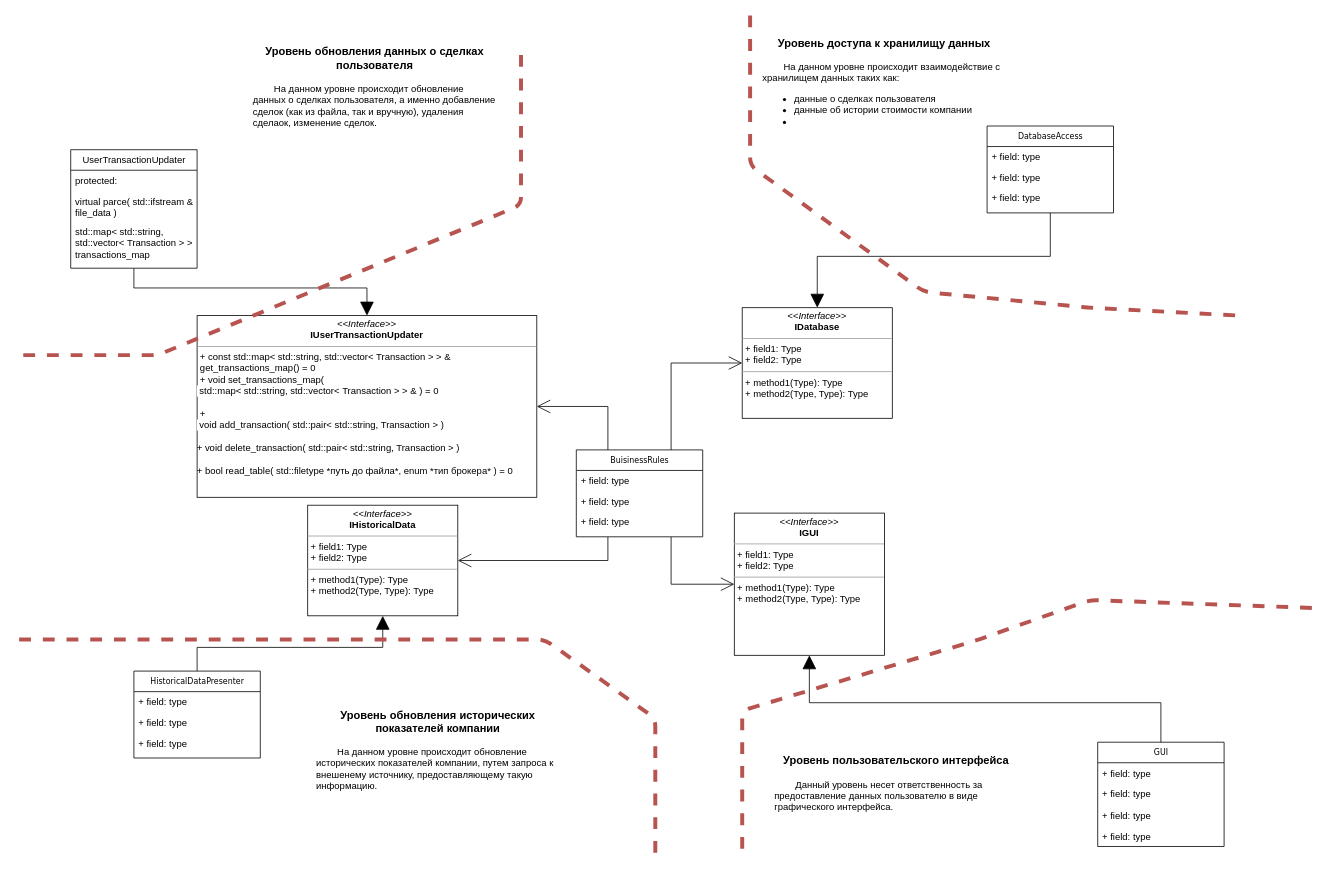
Before: docs/MainUML.drawio in SozonovAA/ISP, a draw.io diagram. Source tidied: cells renumbered, new cells numbered last; positions are measured from the earlier drawing's top-left corner, leaving out a move shared by most shapes. Both pictures are drawn from the tidied source at 79%, with x=0, y=0 at pixel (15, 15).
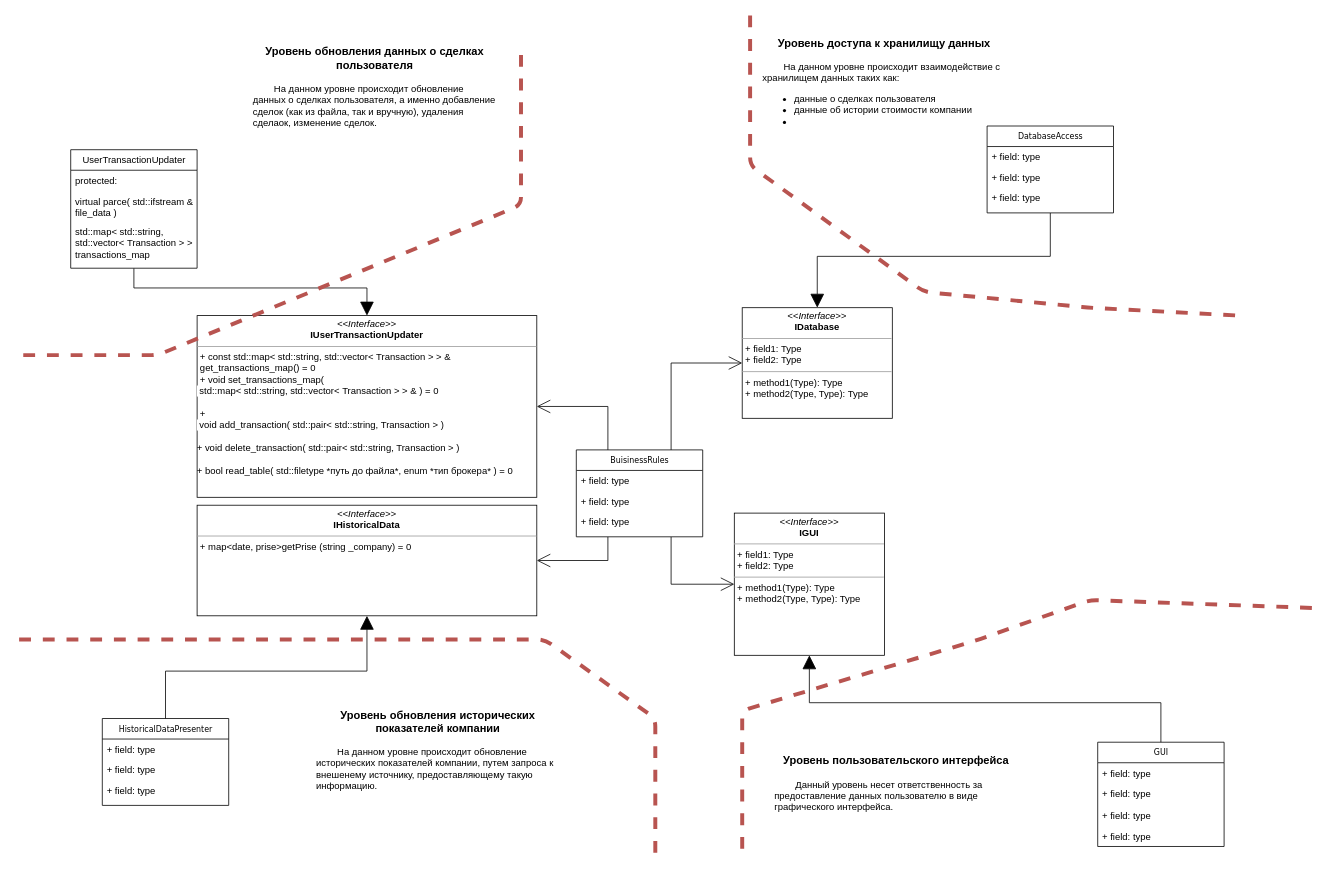
After the change.

Commit message:
feat(#11): updated UML for  IhistData

Diff of the diagram source:
```diff
@@
-    <mxCell id="16" value="&lt;p style=&quot;margin: 0px ; margin-top: 4px ; text-align: center&quot;&gt;&lt;i&gt;&amp;lt;&amp;lt;Interface&amp;gt;&amp;gt;&lt;/i&gt;&lt;br&gt;&lt;b&gt;IHistoricalData&lt;/b&gt;&lt;/p&gt;&lt;hr size=&quot;1&quot;&gt;&lt;p style=&quot;margin: 0px ; margin-left: 4px&quot;&gt;+ field1: Type&lt;br&gt;+ field2: Type&lt;/p&gt;&lt;hr size=&quot;1&quot;&gt;&lt;p style=&quot;margin: 0px ; margin-left: 4px&quot;&gt;+ method1(Type): Type&lt;br&gt;+ method2(Type, Type): Type&lt;/p&gt;" style="verticalAlign=top;align=left;overflow=fill;fontSize=12;fontFamily=Helvetica;html=1;rounded=0;shadow=0;comic=0;labelBackgroundColor=none;strokeWidth=1;" parent="1" vertex="1">
-      <mxGeometry x="370" y="620" width="190" height="140" as="geometry" />
+    <mxCell id="16" value="&lt;p style=&quot;margin: 0px ; margin-top: 4px ; text-align: center&quot;&gt;&lt;i&gt;&amp;lt;&amp;lt;Interface&amp;gt;&amp;gt;&lt;/i&gt;&lt;br&gt;&lt;b&gt;IHistoricalData&lt;/b&gt;&lt;/p&gt;&lt;hr size=&quot;1&quot;&gt;&lt;p style=&quot;margin: 0px ; margin-left: 4px&quot;&gt;+ map&amp;lt;date, prise&amp;gt;getPrise (string _company) = 0&lt;br&gt;&lt;/p&gt;&lt;p style=&quot;margin: 0px ; margin-left: 4px&quot;&gt;&lt;br&gt;&lt;/p&gt;" style="verticalAlign=top;align=left;overflow=fill;fontSize=12;fontFamily=Helvetica;html=1;rounded=0;shadow=0;comic=0;labelBackgroundColor=none;strokeWidth=1;" parent="1" vertex="1">
+      <mxGeometry x="230" y="620" width="430" height="140" as="geometry" />
     </mxCell>
@@
     <mxCell id="20" value="HistoricalDataPresenter" style="swimlane;html=1;fontStyle=0;horizontal=1;startSize=26;fillColor=none;swimlaneFillColor=#ffffff;rounded=0;shadow=0;comic=0;labelBackgroundColor=none;strokeWidth=1;fontFamily=Verdana;fontSize=10;align=center;" parent="1" vertex="1">
-      <mxGeometry x="150" y="830" width="160" height="110" as="geometry" />
+      <mxGeometry x="110" y="890" width="160" height="110" as="geometry" />
     </mxCell>
```
